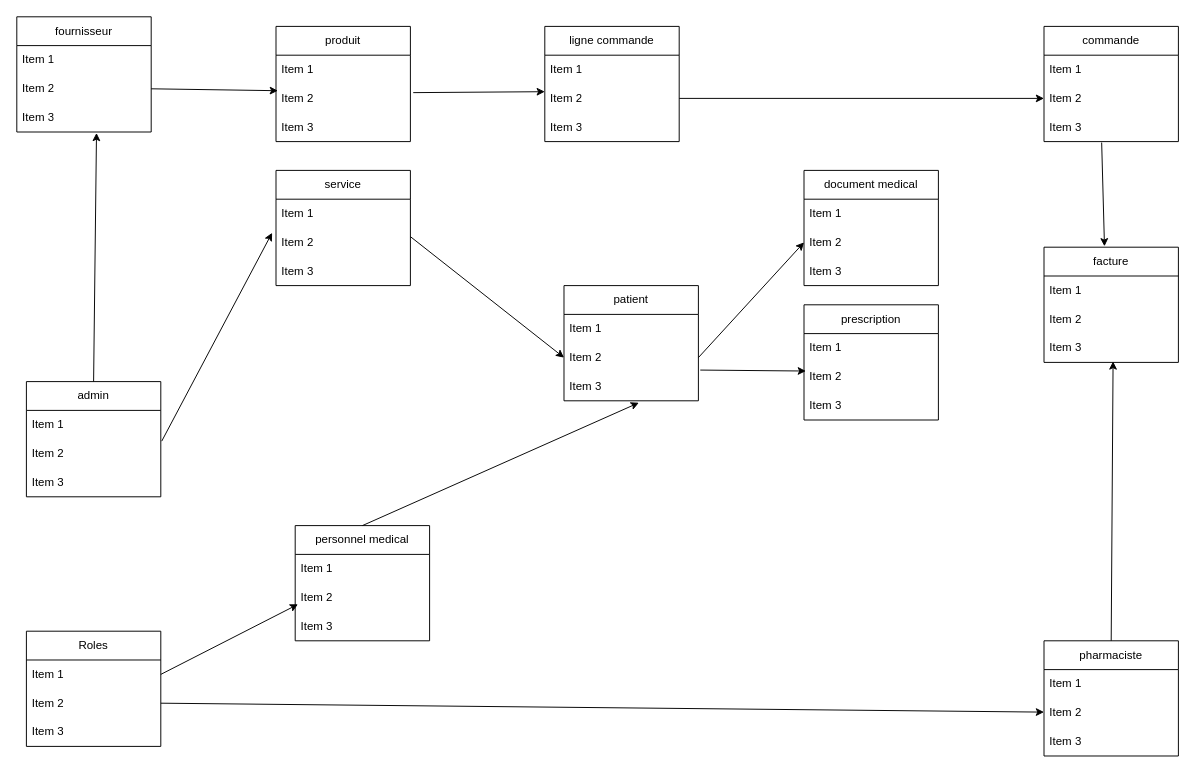
Earlier version of the draw.io diagram page "class Diagram" (1 of 6) of Untitled Diagram.drawio (arseneRuben/CinsolManagement). Source tidied: cells renumbered, new cells numbered last; positions are measured from the earlier drawing's top-left corner, leaving out a move shared by most shapes. Both pictures are drawn from the tidied source at 96%, with x=0, y=0 at pixel (16, 16).
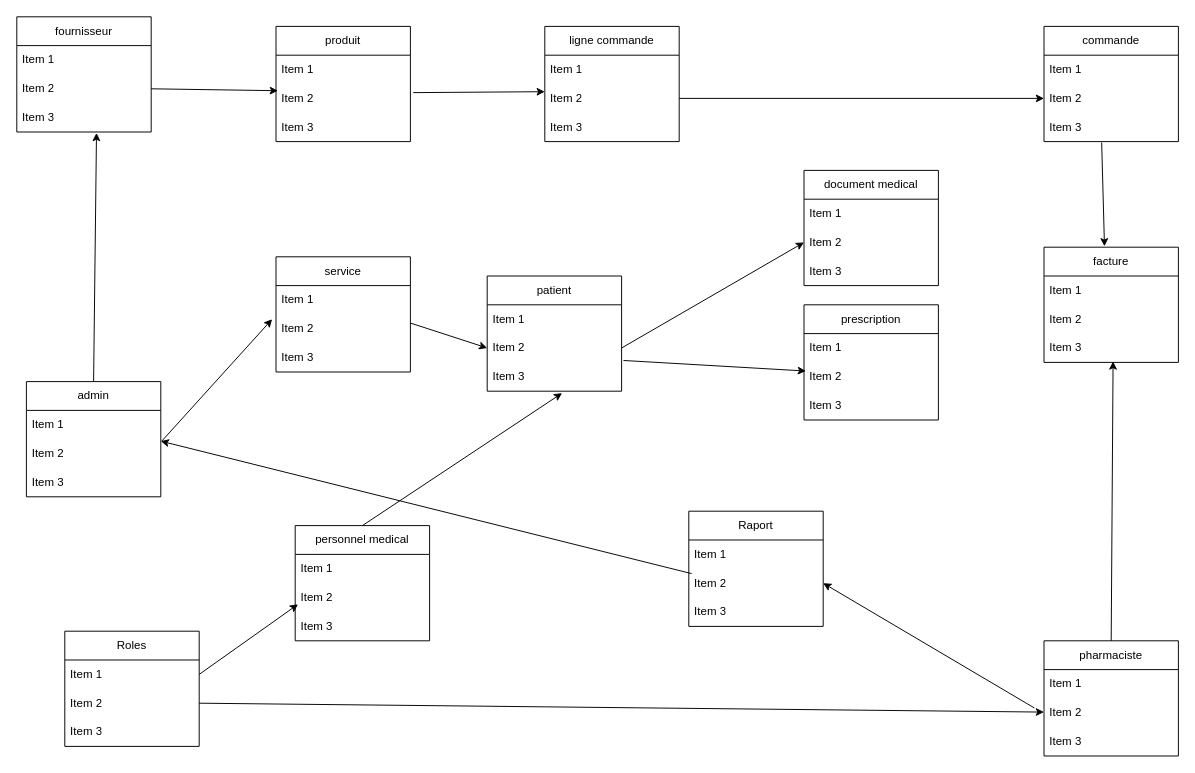
The same diagram, later.

Commit message:
Mettre à jour Untitled Diagram.drawio

Unchanged cells that the change refers to:
```xml
<mxCell id="4" value="Item 2" style="text;strokeColor=none;fillColor=none;align=left;verticalAlign=middle;spacingLeft=4;spacingRight=4;overflow=hidden;points=[[0,0.5],[1,0.5]];portConstraint=eastwest;whiteSpace=wrap;html=1;" parent="2" vertex="1">
  <mxGeometry y="60" width="140" height="30" as="geometry" />
</mxCell>
```

What changed in the source:
```diff
@@
     <mxCell id="22" value="Roles" style="swimlane;fontStyle=0;horizontal=1;startSize=30;whiteSpace=wrap;html=1;" parent="1" vertex="1">
-      <mxGeometry x="10" y="640" width="140" height="120" as="geometry" />
+      <mxGeometry x="50" y="640" width="140" height="120" as="geometry" />
     </mxCell>
@@
     <mxCell id="38" value="service" style="swimlane;fontStyle=0;horizontal=1;startSize=30;whiteSpace=wrap;html=1;" parent="1" vertex="1">
-      <mxGeometry x="270" y="160" width="140" height="120" as="geometry" />
+      <mxGeometry x="270" y="250" width="140" height="120" as="geometry" />
     </mxCell>
@@
     <mxCell id="51" value="patient" style="swimlane;fontStyle=0;horizontal=1;startSize=30;whiteSpace=wrap;html=1;" parent="1" vertex="1">
-      <mxGeometry x="570" y="280" width="140" height="120" as="geometry" />
+      <mxGeometry x="490" y="270" width="140" height="120" as="geometry" />
     </mxCell>
@@
+    <mxCell id="67" value="Raport" style="swimlane;fontStyle=0;horizontal=1;startSize=30;whiteSpace=wrap;html=1;" parent="1" vertex="1">
+      <mxGeometry x="700" y="515" width="140" height="120" as="geometry" />
+    </mxCell>
+    <mxCell id="68" value="Item 1" style="text;strokeColor=none;fillColor=none;align=left;verticalAlign=middle;spacingLeft=4;spacingRight=4;overflow=hidden;whiteSpace=wrap;html=1;" parent="67" vertex="1">
+      <mxGeometry y="30" width="140" height="30" as="geometry" />
+    </mxCell>
+    <mxCell id="69" value="Item 2" style="text;strokeColor=none;fillColor=none;align=left;verticalAlign=middle;spacingLeft=4;spacingRight=4;overflow=hidden;points=[[0,0.5],[1,0.5]];portConstraint=eastwest;whiteSpace=wrap;html=1;" parent="67" vertex="1">
+      <mxGeometry y="60" width="140" height="30" as="geometry" />
+    </mxCell>
+    <mxCell id="70" value="Item 3" style="text;strokeColor=none;fillColor=none;align=left;verticalAlign=middle;spacingLeft=4;spacingRight=4;overflow=hidden;whiteSpace=wrap;html=1;" parent="67" vertex="1">
+      <mxGeometry y="90" width="140" height="30" as="geometry" />
+    </mxCell>
+    <mxCell id="71" style="endArrow=classic;html=1;rounded=0;entryX=1;entryY=0.5;entryDx=0;entryDy=0;" parent="1" edge="1" target="69">
+      <mxGeometry relative="1" as="geometry">
+        <mxPoint x="1060" y="720" as="sourcePoint" />
+      </mxGeometry>
+    </mxCell>
+    <mxCell id="72" style="endArrow=classic;html=1;rounded=0;entryX=1;entryY=0.067;entryDx=0;entryDy=0;entryPerimeter=0;exitX=0.021;exitY=0.167;exitDx=0;exitDy=0;exitPerimeter=0;" parent="1" edge="1" source="69" target="4">
+      <mxGeometry relative="1" as="geometry" />
+    </mxCell>
```
